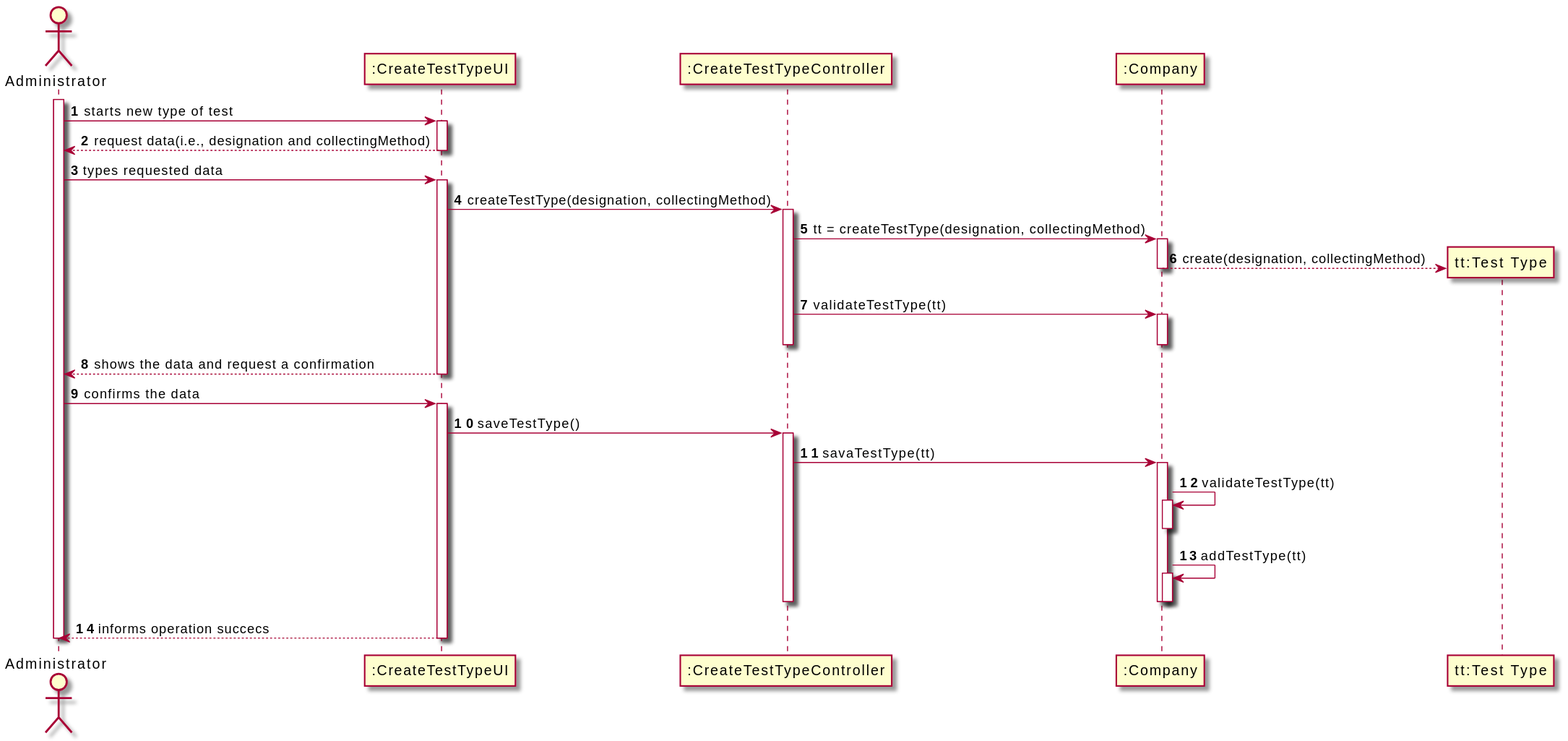
Earlier version of the PlantUML export docs/SprintB/US_9/UC9_SD.svg (RuiRioPina/LAPR2-20-21).
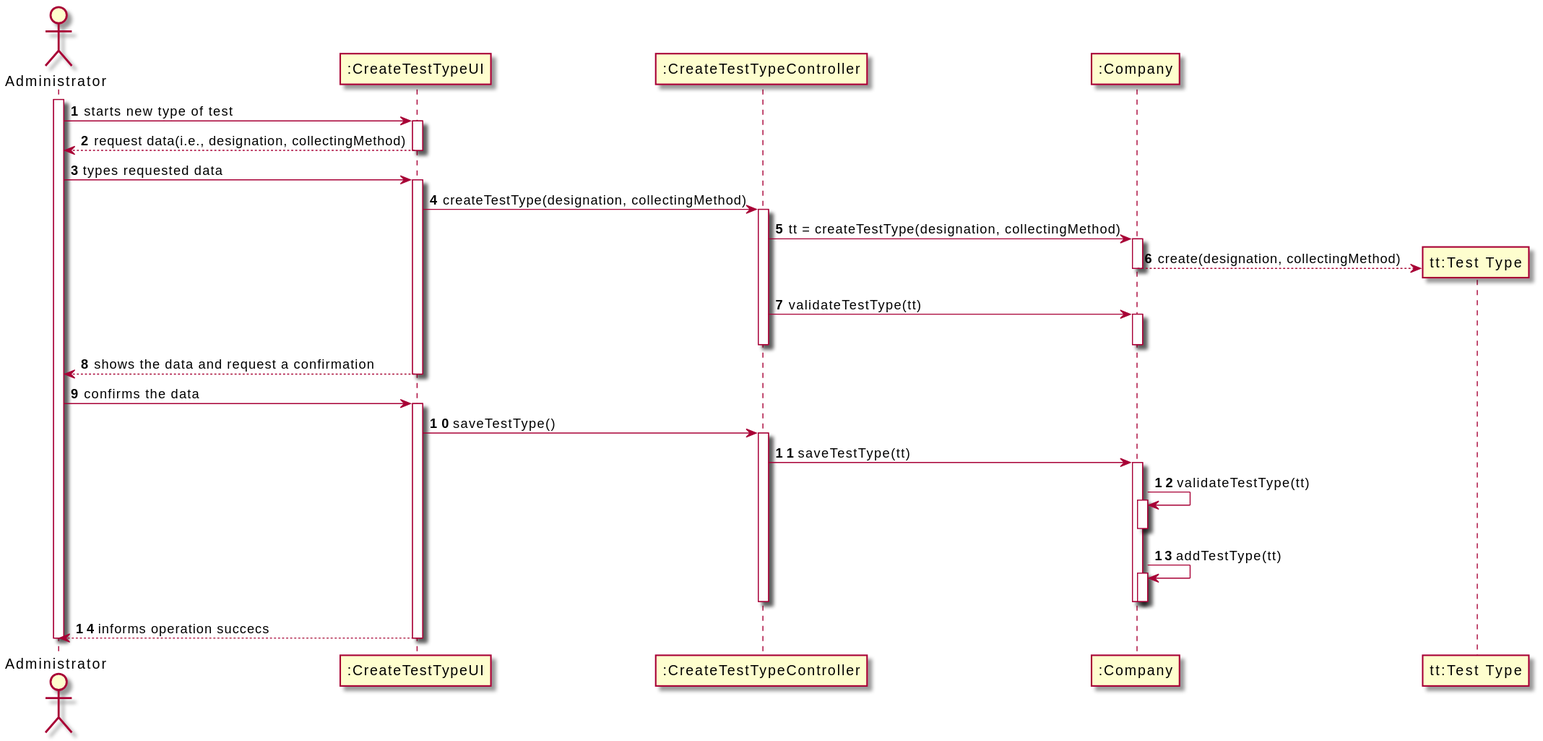
Later version of the same file.

Diff of the diagram source:
```diff
@@ -10,7 +10,7 @@
 activate ADMIN
 ADMIN -> UI : starts new type of test
 activate UI
-UI --> ADMIN : request data(i.e., designation and collectingMethod)
+UI --> ADMIN : request data(i.e., designation, collectingMethod)
 deactivate UI
 
 ADMIN -> UI : types requested data
@@ -32,7 +32,7 @@
 activate UI
 UI -> CTRL : saveTestType()
 activate CTRL
-CTRL -> CMP : savaTestType(tt)
+CTRL -> CMP : saveTestType(tt)
 activate CMP
 CMP -> CMP++ : validateTestType(tt)
 CMP--
```
